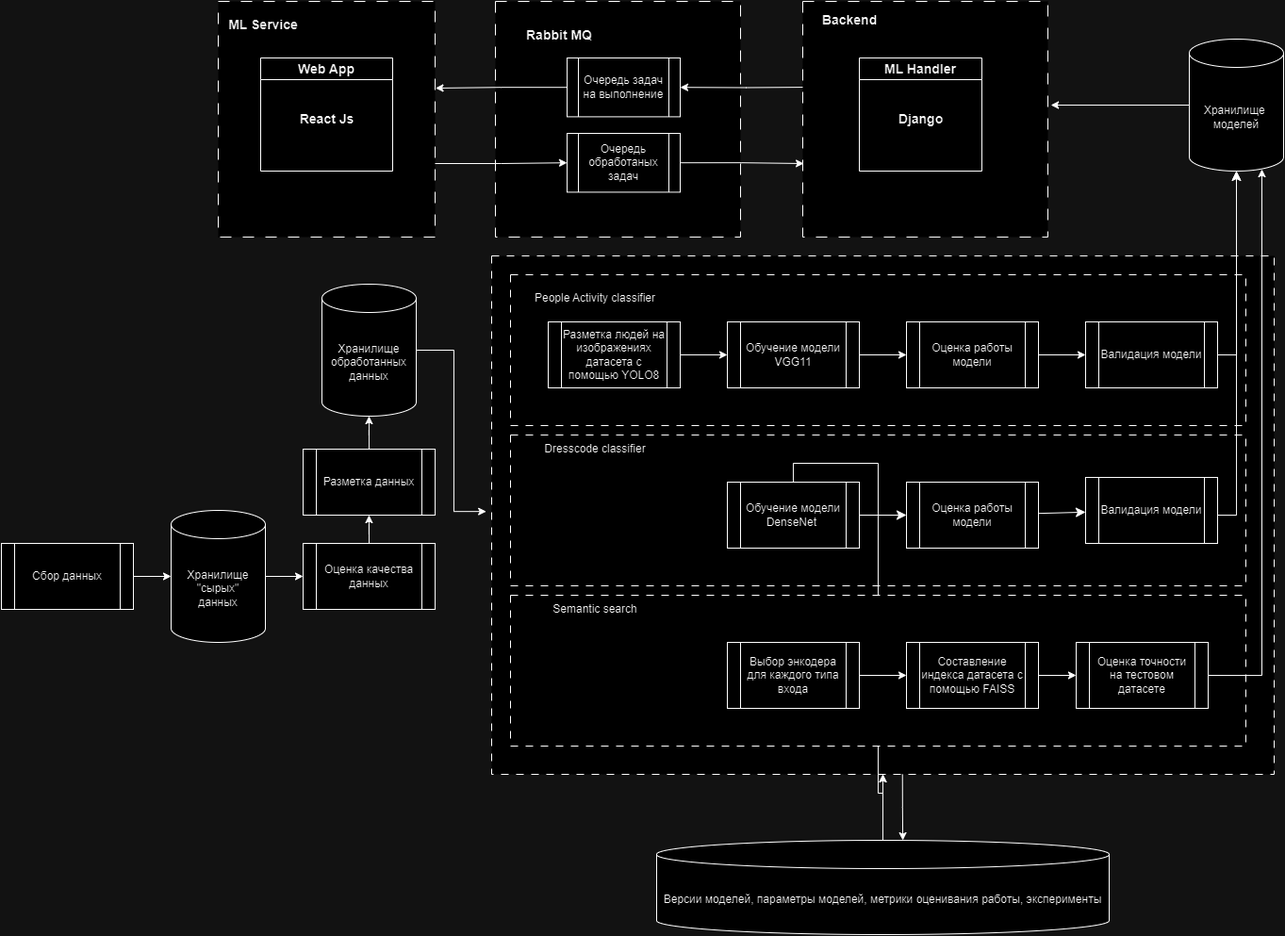
Above: images/service architecture.png in MulhamShaheen/AI-DJ (draw.io), before the change. Source tidied: cells renumbered, new cells last; positions are measured from the earlier drawing's top-left corner, leaving out a move shared by most shapes. The source it was exported from:
```xml
<mxGraphModel>
  <root>
    <mxCell id="0" />
    <mxCell id="1" parent="0" />
    <mxCell id="2" style="rounded=0;whiteSpace=wrap;html=1;dashed=1;dashPattern=8 8;" parent="1" vertex="1">
      <mxGeometry x="520" y="270" width="830" height="550" as="geometry" />
    </mxCell>
    <mxCell id="3" style="rounded=0;whiteSpace=wrap;html=1;dashed=1;dashPattern=8 8;" parent="1" vertex="1">
      <mxGeometry x="540" y="290" width="780" height="160" as="geometry" />
    </mxCell>
    <mxCell id="4" style="edgeStyle=orthogonalEdgeStyle;rounded=0;jettySize=auto;html=1;exitX=1;exitY=0.5;exitDx=0;exitDy=0;exitPerimeter=0;entryX=-0.007;entryY=0.493;entryDx=0;entryDy=0;entryPerimeter=0;" parent="1" edge="1" source="5" target="2">
      <mxGeometry relative="1" as="geometry" />
    </mxCell>
    <mxCell id="5" value="&lt;div&gt;Хранилище&lt;/div&gt;&lt;div&gt;обработанных &lt;br&gt;&lt;/div&gt;&lt;div&gt;данных&lt;/div&gt;" style="shape=cylinder3;whiteSpace=wrap;html=1;boundedLbl=1;backgroundOutline=1;size=15;" parent="1" vertex="1">
      <mxGeometry x="340" y="300" width="100" height="140" as="geometry" />
    </mxCell>
    <mxCell id="6" style="edgeStyle=orthogonalEdgeStyle;rounded=0;jettySize=auto;html=1;exitX=1;exitY=0.5;exitDx=0;exitDy=0;" parent="1" edge="1" source="7" target="9">
      <mxGeometry relative="1" as="geometry" />
    </mxCell>
    <mxCell id="7" value="Разметка людей на изображениях датасета с помощью YOLO8" style="shape=process;whiteSpace=wrap;html=1;backgroundOutline=1;" parent="1" vertex="1">
      <mxGeometry x="580" y="340" width="140" height="70" as="geometry" />
    </mxCell>
    <mxCell id="8" style="edgeStyle=orthogonalEdgeStyle;rounded=0;jettySize=auto;html=1;exitX=1;exitY=0.5;exitDx=0;exitDy=0;entryX=0;entryY=0.5;entryDx=0;entryDy=0;" parent="1" edge="1" source="9" target="11">
      <mxGeometry relative="1" as="geometry" />
    </mxCell>
    <mxCell id="9" value="Обучение модели VGG11" style="shape=process;whiteSpace=wrap;html=1;backgroundOutline=1;" parent="1" vertex="1">
      <mxGeometry x="770" y="340" width="140" height="70" as="geometry" />
    </mxCell>
    <mxCell id="10" style="edgeStyle=orthogonalEdgeStyle;rounded=0;jettySize=auto;html=1;exitX=1;exitY=0.5;exitDx=0;exitDy=0;entryX=0;entryY=0.5;entryDx=0;entryDy=0;" parent="1" edge="1" source="11" target="12">
      <mxGeometry relative="1" as="geometry" />
    </mxCell>
    <mxCell id="11" value="Оценка работы модели" style="shape=process;whiteSpace=wrap;html=1;backgroundOutline=1;" parent="1" vertex="1">
      <mxGeometry x="960" y="340" width="140" height="70" as="geometry" />
    </mxCell>
    <mxCell id="12" value="Валидация модели" style="shape=process;whiteSpace=wrap;html=1;backgroundOutline=1;" parent="1" vertex="1">
      <mxGeometry x="1150" y="340" width="140" height="70" as="geometry" />
    </mxCell>
    <mxCell id="13" value="&lt;div&gt;Хранилище&amp;nbsp;&lt;/div&gt;&lt;div&gt;моделей&lt;br&gt;&lt;/div&gt;" style="shape=cylinder3;whiteSpace=wrap;html=1;boundedLbl=1;backgroundOutline=1;size=15;" parent="1" vertex="1">
      <mxGeometry x="1260" y="40" width="100" height="140" as="geometry" />
    </mxCell>
    <mxCell id="14" style="edgeStyle=orthogonalEdgeStyle;rounded=0;jettySize=auto;html=1;exitX=1;exitY=0.5;exitDx=0;exitDy=0;entryX=0.5;entryY=1;entryDx=0;entryDy=0;entryPerimeter=0;" parent="1" edge="1" source="12" target="13">
      <mxGeometry relative="1" as="geometry" />
    </mxCell>
    <mxCell id="15" value="People Activity classifier" style="text;html=1;strokeColor=none;fillColor=none;align=center;verticalAlign=middle;whiteSpace=wrap;rounded=0;" parent="1" vertex="1">
      <mxGeometry x="540" y="300" width="180" height="30" as="geometry" />
    </mxCell>
    <mxCell id="16" style="edgeStyle=orthogonalEdgeStyle;rounded=0;jettySize=auto;html=1;exitX=0.5;exitY=0;exitDx=0;exitDy=0;exitPerimeter=0;entryX=0.5;entryY=1;entryDx=0;entryDy=0;" parent="1" edge="1" source="17" target="2">
      <mxGeometry relative="1" as="geometry" />
    </mxCell>
    <mxCell id="17" value="Версии моделей, параметры моделей, метрики оценивания работы, эксперименты" style="shape=cylinder3;whiteSpace=wrap;html=1;boundedLbl=1;backgroundOutline=1;size=15;" parent="1" vertex="1">
      <mxGeometry x="695" y="890" width="480" height="100" as="geometry" />
    </mxCell>
    <mxCell id="18" style="edgeStyle=orthogonalEdgeStyle;rounded=0;jettySize=auto;html=1;exitX=0.5;exitY=0;exitDx=0;exitDy=0;" parent="1" edge="1" source="19" target="23">
      <mxGeometry relative="1" as="geometry" />
    </mxCell>
    <mxCell id="19" value="Оценка качества данных" style="shape=process;whiteSpace=wrap;html=1;backgroundOutline=1;" parent="1" vertex="1">
      <mxGeometry x="320" y="575" width="140" height="70" as="geometry" />
    </mxCell>
    <mxCell id="20" style="edgeStyle=orthogonalEdgeStyle;rounded=0;jettySize=auto;html=1;exitX=1;exitY=0.5;exitDx=0;exitDy=0;" parent="1" edge="1" source="21" target="25">
      <mxGeometry relative="1" as="geometry" />
    </mxCell>
    <mxCell id="21" value="Сбор данных" style="shape=process;whiteSpace=wrap;html=1;backgroundOutline=1;" parent="1" vertex="1">
      <mxGeometry y="575" width="140" height="70" as="geometry" />
    </mxCell>
    <mxCell id="22" style="edgeStyle=orthogonalEdgeStyle;rounded=0;jettySize=auto;html=1;" parent="1" edge="1" source="23" target="5">
      <mxGeometry relative="1" as="geometry" />
    </mxCell>
    <mxCell id="23" value="Разметка данных" style="shape=process;whiteSpace=wrap;html=1;backgroundOutline=1;" parent="1" vertex="1">
      <mxGeometry x="320" y="475" width="140" height="70" as="geometry" />
    </mxCell>
    <mxCell id="24" style="edgeStyle=orthogonalEdgeStyle;rounded=0;jettySize=auto;html=1;exitX=1;exitY=0.5;exitDx=0;exitDy=0;exitPerimeter=0;entryX=0;entryY=0.5;entryDx=0;entryDy=0;" parent="1" edge="1" source="25" target="19">
      <mxGeometry relative="1" as="geometry" />
    </mxCell>
    <mxCell id="25" value="&lt;div&gt;Хранилище &quot;сырых&quot;&lt;br&gt;&lt;/div&gt;&lt;div&gt;данных&lt;/div&gt;" style="shape=cylinder3;whiteSpace=wrap;html=1;boundedLbl=1;backgroundOutline=1;size=15;" parent="1" vertex="1">
      <mxGeometry x="180" y="540" width="100" height="140" as="geometry" />
    </mxCell>
    <mxCell id="26" style="rounded=0;whiteSpace=wrap;html=1;labelBackgroundColor=default;dashed=1;dashPattern=12 12;" parent="1" vertex="1">
      <mxGeometry x="524" width="260" height="250" as="geometry" />
    </mxCell>
    <mxCell id="27" value="&lt;font style=&quot;font-size: 14px;&quot;&gt;&lt;b&gt;Rabbit MQ&lt;br&gt;&lt;/b&gt;&lt;/font&gt;" style="text;html=1;strokeColor=none;fillColor=none;align=center;verticalAlign=middle;whiteSpace=wrap;rounded=0;" parent="1" vertex="1">
      <mxGeometry x="544" y="20.4" width="96" height="31.2" as="geometry" />
    </mxCell>
    <mxCell id="28" value="Очередь задач на выполнение" style="shape=process;whiteSpace=wrap;html=1;backgroundOutline=1;" parent="1" vertex="1">
      <mxGeometry x="600" y="60" width="120" height="62.4" as="geometry" />
    </mxCell>
    <mxCell id="29" value="Очередь обработаных задач" style="shape=process;whiteSpace=wrap;html=1;backgroundOutline=1;" parent="1" vertex="1">
      <mxGeometry x="600" y="140" width="120" height="62.4" as="geometry" />
    </mxCell>
    <mxCell id="30" style="edgeStyle=orthogonalEdgeStyle;rounded=0;jettySize=auto;html=1;entryX=1;entryY=0.5;entryDx=0;entryDy=0;" parent="1" edge="1" target="28">
      <mxGeometry relative="1" as="geometry">
        <mxPoint x="860" y="91" as="sourcePoint" />
      </mxGeometry>
    </mxCell>
    <mxCell id="31" style="rounded=0;whiteSpace=wrap;html=1;labelBackgroundColor=default;dashed=1;dashPattern=12 12;" parent="1" vertex="1">
      <mxGeometry x="850" width="260" height="250" as="geometry" />
    </mxCell>
    <mxCell id="32" value="&lt;font style=&quot;font-size: 14px;&quot;&gt;ML Handler&lt;/font&gt;" style="swimlane;whiteSpace=wrap;html=1;" parent="1" vertex="1">
      <mxGeometry x="910" y="60" width="130" height="120" as="geometry" />
    </mxCell>
    <mxCell id="33" value="&lt;font style=&quot;font-size: 14px;&quot;&gt;&lt;b&gt;Backend&lt;/b&gt;&lt;/font&gt;" style="text;html=1;strokeColor=none;fillColor=none;align=center;verticalAlign=middle;whiteSpace=wrap;rounded=0;" parent="1" vertex="1">
      <mxGeometry x="870" y="5" width="60" height="30" as="geometry" />
    </mxCell>
    <mxCell id="34" value="&lt;font size=&quot;1&quot;&gt;&lt;b style=&quot;font-size: 14px;&quot;&gt;Django&lt;/b&gt;&lt;/font&gt;" style="text;html=1;align=center;verticalAlign=middle;strokeColor=none;fillColor=none;" parent="1" vertex="1">
      <mxGeometry x="940" y="110" width="70" height="30" as="geometry" />
    </mxCell>
    <mxCell id="35" style="rounded=0;whiteSpace=wrap;html=1;labelBackgroundColor=default;dashed=1;dashPattern=12 12;" parent="1" vertex="1">
      <mxGeometry x="230" width="230" height="250" as="geometry" />
    </mxCell>
    <mxCell id="36" value="&lt;font style=&quot;font-size: 14px;&quot;&gt;Web App&lt;/font&gt;" style="swimlane;whiteSpace=wrap;html=1;startSize=23;" parent="1" vertex="1">
      <mxGeometry x="275" y="60" width="140" height="120" as="geometry" />
    </mxCell>
    <mxCell id="37" value="&lt;b&gt;&lt;font style=&quot;font-size: 14px;&quot;&gt;ML Service&lt;/font&gt;&lt;/b&gt;" style="text;html=1;strokeColor=none;fillColor=none;align=center;verticalAlign=middle;whiteSpace=wrap;rounded=0;" parent="1" vertex="1">
      <mxGeometry x="230" y="10" width="96" height="30" as="geometry" />
    </mxCell>
    <mxCell id="38" value="&lt;span style=&quot;font-size: 14px;&quot;&gt;&lt;b&gt;React Js&lt;/b&gt;&lt;/span&gt;" style="text;html=1;align=center;verticalAlign=middle;strokeColor=none;fillColor=none;" parent="1" vertex="1">
      <mxGeometry x="305" y="110" width="80" height="30" as="geometry" />
    </mxCell>
    <mxCell id="39" style="edgeStyle=orthogonalEdgeStyle;rounded=0;jettySize=auto;html=1;exitX=0;exitY=0.5;exitDx=0;exitDy=0;entryX=1.002;entryY=0.368;entryDx=0;entryDy=0;entryPerimeter=0;" parent="1" edge="1" source="28" target="35">
      <mxGeometry relative="1" as="geometry" />
    </mxCell>
    <mxCell id="40" style="edgeStyle=orthogonalEdgeStyle;rounded=0;jettySize=auto;html=1;exitX=1;exitY=0.688;exitDx=0;exitDy=0;entryX=0;entryY=0.5;entryDx=0;entryDy=0;exitPerimeter=0;" parent="1" edge="1" source="35" target="29">
      <mxGeometry relative="1" as="geometry" />
    </mxCell>
    <mxCell id="41" style="edgeStyle=orthogonalEdgeStyle;rounded=0;jettySize=auto;html=1;exitX=1;exitY=0.5;exitDx=0;exitDy=0;entryX=0.004;entryY=0.688;entryDx=0;entryDy=0;entryPerimeter=0;" parent="1" edge="1" source="29" target="31">
      <mxGeometry relative="1" as="geometry" />
    </mxCell>
    <mxCell id="42" style="edgeStyle=orthogonalEdgeStyle;rounded=0;jettySize=auto;html=1;exitX=0;exitY=0.5;exitDx=0;exitDy=0;exitPerimeter=0;entryX=1.012;entryY=0.44;entryDx=0;entryDy=0;entryPerimeter=0;" parent="1" edge="1" source="13" target="31">
      <mxGeometry relative="1" as="geometry" />
    </mxCell>
    <mxCell id="43" style="edgeStyle=orthogonalEdgeStyle;rounded=0;jettySize=auto;html=1;entryX=0.544;entryY=0;entryDx=0;entryDy=0;entryPerimeter=0;exitX=0.525;exitY=1;exitDx=0;exitDy=0;exitPerimeter=0;" parent="1" edge="1" source="2" target="17">
      <mxGeometry relative="1" as="geometry" />
    </mxCell>
    <mxCell id="44" style="rounded=0;whiteSpace=wrap;html=1;dashed=1;dashPattern=8 8;" parent="1" vertex="1">
      <mxGeometry x="540" y="460" width="780" height="160" as="geometry" />
    </mxCell>
    <mxCell id="45" value="Dresscode classifier" style="text;html=1;strokeColor=none;fillColor=none;align=center;verticalAlign=middle;whiteSpace=wrap;rounded=0;" parent="1" vertex="1">
      <mxGeometry x="540" y="460" width="180" height="30" as="geometry" />
    </mxCell>
    <mxCell id="46" style="edgeStyle=none;curved=1;rounded=0;jettySize=auto;html=1;fontSize=12;startSize=8;endSize=8;" parent="1" edge="1" source="48" target="50">
      <mxGeometry relative="1" as="geometry" />
    </mxCell>
    <mxCell id="47" style="edgeStyle=orthogonalEdgeStyle;rounded=0;jettySize=auto;html=1;" parent="1" edge="1" source="48" target="2">
      <mxGeometry relative="1" as="geometry" />
    </mxCell>
    <mxCell id="48" value="Обучение модели DenseNet&amp;nbsp;" style="shape=process;whiteSpace=wrap;html=1;backgroundOutline=1;" parent="1" vertex="1">
      <mxGeometry x="770" y="510" width="140" height="70" as="geometry" />
    </mxCell>
    <mxCell id="49" style="edgeStyle=none;curved=1;rounded=0;jettySize=auto;html=1;fontSize=12;startSize=8;endSize=8;" parent="1" edge="1" source="50" target="51">
      <mxGeometry relative="1" as="geometry" />
    </mxCell>
    <mxCell id="50" value="Оценка работы модели" style="shape=process;whiteSpace=wrap;html=1;backgroundOutline=1;" parent="1" vertex="1">
      <mxGeometry x="960" y="510" width="140" height="70" as="geometry" />
    </mxCell>
    <mxCell id="51" value="Валидация модели" style="shape=process;whiteSpace=wrap;html=1;backgroundOutline=1;" parent="1" vertex="1">
      <mxGeometry x="1150" y="505" width="140" height="70" as="geometry" />
    </mxCell>
    <mxCell id="52" style="edgeStyle=orthogonalEdgeStyle;rounded=0;jettySize=auto;html=1;exitX=1;exitY=0.5;exitDx=0;exitDy=0;entryX=0.5;entryY=1;entryDx=0;entryDy=0;entryPerimeter=0;fontSize=12;startSize=8;endSize=8;elbow=vertical;" parent="1" edge="1" source="51" target="13">
      <mxGeometry relative="1" as="geometry">
        <Array as="points">
          <mxPoint x="1310" y="545" />
        </Array>
      </mxGeometry>
    </mxCell>
    <mxCell id="53" value="Dresscode classifier" style="text;html=1;strokeColor=none;fillColor=none;align=center;verticalAlign=middle;whiteSpace=wrap;rounded=0;" parent="1" vertex="1">
      <mxGeometry x="540" y="630" width="180" height="30" as="geometry" />
    </mxCell>
    <mxCell id="54" style="rounded=0;whiteSpace=wrap;html=1;dashed=1;dashPattern=8 8;" parent="1" vertex="1">
      <mxGeometry x="540" y="630" width="780" height="160" as="geometry" />
    </mxCell>
    <mxCell id="55" style="edgeStyle=orthogonalEdgeStyle;rounded=0;jettySize=auto;html=1;exitX=1;exitY=0.5;exitDx=0;exitDy=0;" parent="1" edge="1" source="56" target="58">
      <mxGeometry relative="1" as="geometry" />
    </mxCell>
    <mxCell id="56" value="Выбор энкодера для каждого типа входа" style="shape=process;whiteSpace=wrap;html=1;backgroundOutline=1;" parent="1" vertex="1">
      <mxGeometry x="770" y="680" width="140" height="70" as="geometry" />
    </mxCell>
    <mxCell id="57" style="edgeStyle=orthogonalEdgeStyle;rounded=0;jettySize=auto;html=1;exitX=1;exitY=0.5;exitDx=0;exitDy=0;" parent="1" edge="1" source="58" target="59">
      <mxGeometry relative="1" as="geometry" />
    </mxCell>
    <mxCell id="58" value="Составление индекса датасета с помощью FAISS" style="shape=process;whiteSpace=wrap;html=1;backgroundOutline=1;" parent="1" vertex="1">
      <mxGeometry x="960" y="680" width="140" height="70" as="geometry" />
    </mxCell>
    <mxCell id="59" value="Оценка точности на тестовом датасете" style="shape=process;whiteSpace=wrap;html=1;backgroundOutline=1;" parent="1" vertex="1">
      <mxGeometry x="1140" y="680" width="140" height="70" as="geometry" />
    </mxCell>
    <mxCell id="60" style="edgeStyle=orthogonalEdgeStyle;rounded=0;jettySize=auto;html=1;exitX=1;exitY=0.5;exitDx=0;exitDy=0;entryX=0.77;entryY=0.986;entryDx=0;entryDy=0;entryPerimeter=0;" parent="1" edge="1" source="59" target="13">
      <mxGeometry relative="1" as="geometry" />
    </mxCell>
    <mxCell id="61" value="Semantic search" style="text;html=1;strokeColor=none;fillColor=none;align=center;verticalAlign=middle;whiteSpace=wrap;rounded=0;" parent="1" vertex="1">
      <mxGeometry x="540" y="630" width="180" height="30" as="geometry" />
    </mxCell>
  </root>
</mxGraphModel>
```
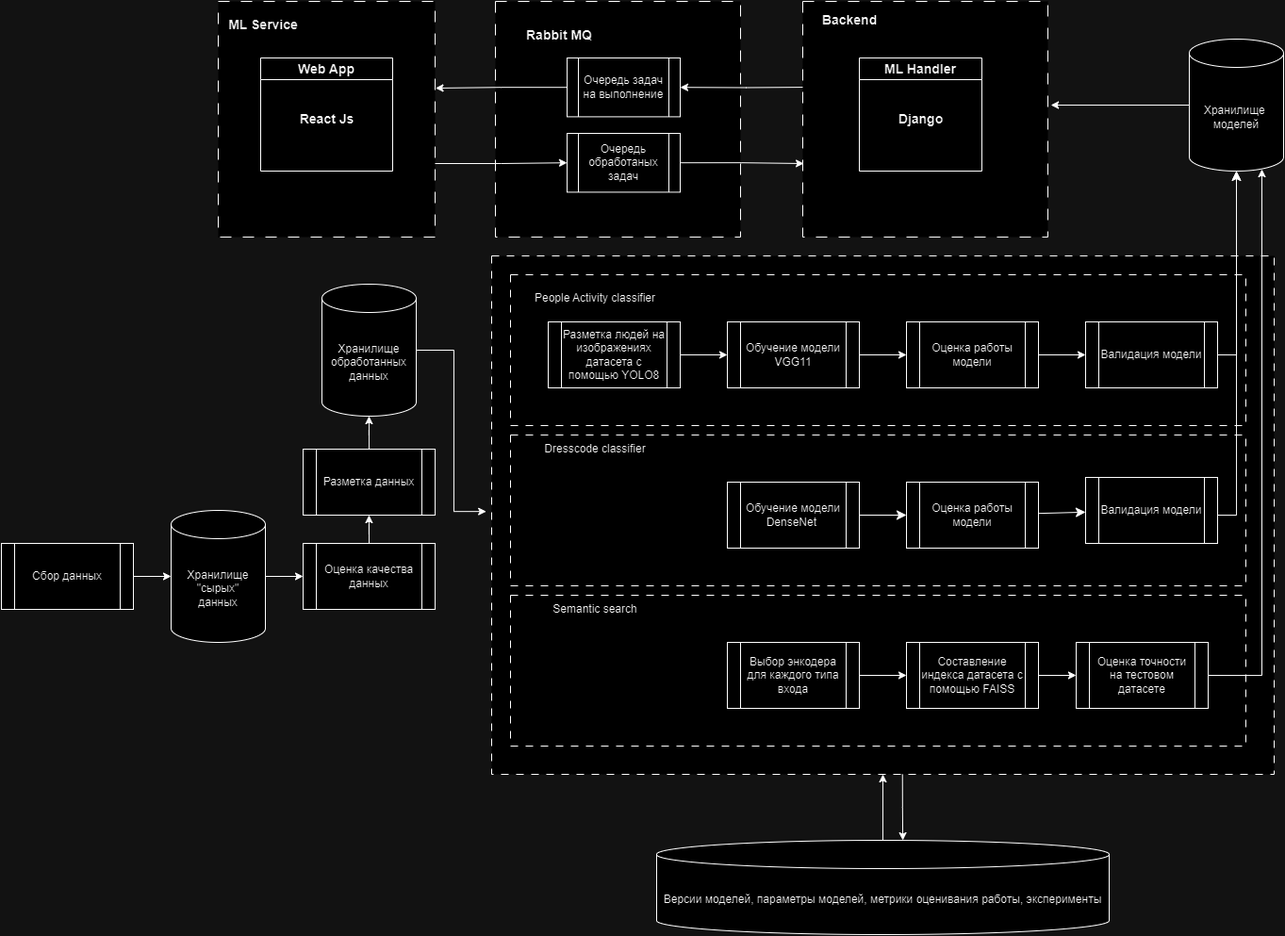
The same file after the commit.

Commit message:
Add architecture to ML Design Doc

Change to the diagram source:
```diff
@@ -139,9 +139,6 @@
     <mxCell id="46" style="edgeStyle=none;curved=1;rounded=0;jettySize=auto;html=1;fontSize=12;startSize=8;endSize=8;" parent="1" edge="1" source="48" target="50">
       <mxGeometry relative="1" as="geometry" />
     </mxCell>
-    <mxCell id="47" style="edgeStyle=orthogonalEdgeStyle;rounded=0;jettySize=auto;html=1;" parent="1" edge="1" source="48" target="2">
-      <mxGeometry relative="1" as="geometry" />
-    </mxCell>
     <mxCell id="48" value="Обучение модели DenseNet&amp;nbsp;" style="shape=process;whiteSpace=wrap;html=1;backgroundOutline=1;" parent="1" vertex="1">
       <mxGeometry x="770" y="510" width="140" height="70" as="geometry" />
     </mxCell>
```
